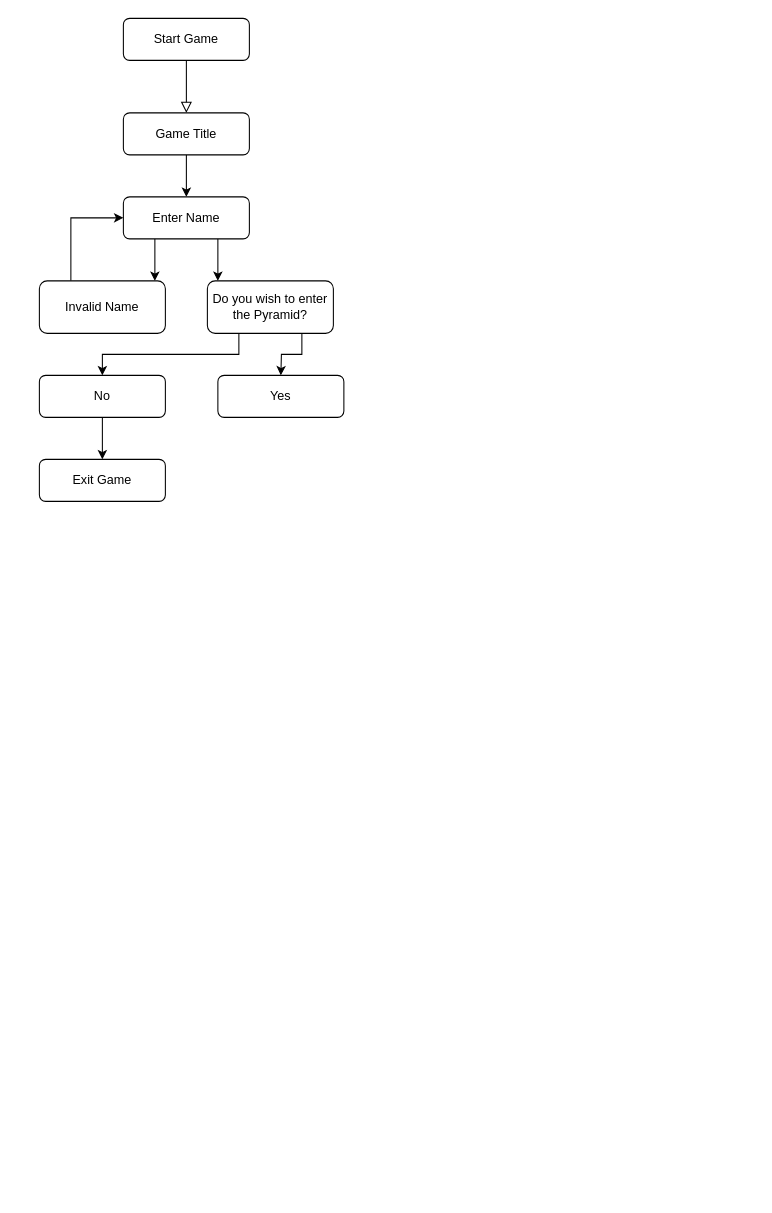
The draw.io diagram Untitled Diagram.drawio in ogc1231/puzzle-pyramid, before the edit. Source tidied: cells renumbered, new cells numbered last; positions are measured from the earlier drawing's top-left corner, leaving out a move shared by most shapes. Both pictures are drawn from the tidied source at 105%, with x=0, y=0 at pixel (39, 18).
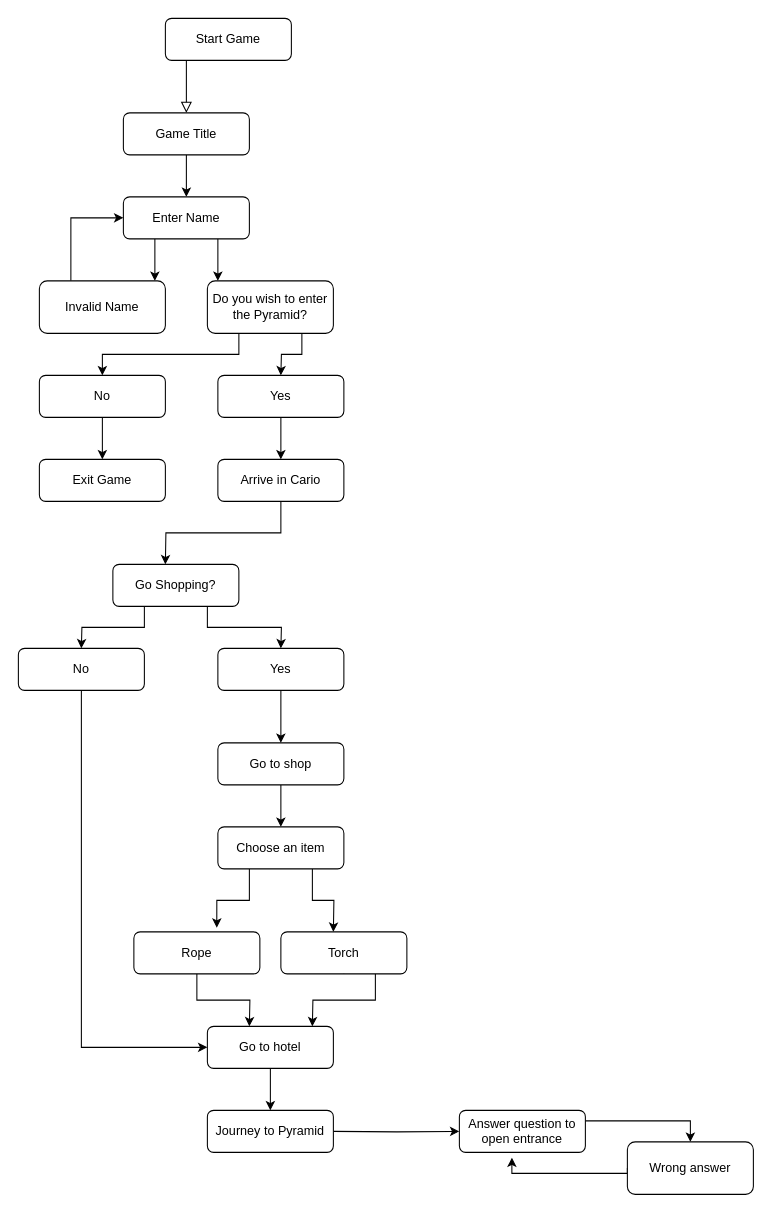
The same page after the edit.

Commit message:
up to entrance question

The change refers to these unchanged cells:
```xml
<mxCell id="17" value="Yes" style="rounded=1;whiteSpace=wrap;html=1;" parent="1" vertex="1">
  <mxGeometry x="170" y="340" width="120" height="40" as="geometry" />
</mxCell>
```

The edit, as a diff of the source:
```diff
@@
-    <mxCell id="2" style="rounded=0;html=1;jettySize=auto;fontSize=11;endArrow=block;endFill=0;endSize=8;strokeWidth=1;shadow=0;labelBackgroundColor=none;edgeStyle=orthogonalEdgeStyle;" parent="1" edge="1" source="3">
+    <mxCell id="2" style="rounded=0;html=1;jettySize=auto;orthogonalLoop=1;fontSize=11;endArrow=block;endFill=0;endSize=8;strokeWidth=1;shadow=0;labelBackgroundColor=none;edgeStyle=orthogonalEdgeStyle;" parent="1" edge="1">
       <mxGeometry relative="1" as="geometry">
+        <mxPoint x="140" y="40" as="sourcePoint" />
         <mxPoint x="140" y="90" as="targetPoint" />
       </mxGeometry>
     </mxCell>
     <mxCell id="3" value="Start Game" style="rounded=1;whiteSpace=wrap;html=1;fontSize=12;glass=0;strokeWidth=1;shadow=0;" parent="1" vertex="1">
-      <mxGeometry x="80" width="120" height="40" as="geometry" />
+      <mxGeometry x="120" width="120" height="40" as="geometry" />
     </mxCell>
@@
+    <mxCell id="18" style="edgeStyle=orthogonalEdgeStyle;rounded=0;jettySize=auto;html=1;exitX=0.5;exitY=1;exitDx=0;exitDy=0;entryX=0.5;entryY=0;entryDx=0;entryDy=0;" parent="1" edge="1" source="17" target="20">
+      <mxGeometry relative="1" as="geometry" />
+    </mxCell>
@@
+    <mxCell id="19" style="edgeStyle=orthogonalEdgeStyle;rounded=0;jettySize=auto;html=1;exitX=0.5;exitY=1;exitDx=0;exitDy=0;" parent="1" edge="1" source="20">
+      <mxGeometry relative="1" as="geometry">
+        <mxPoint x="120" y="520" as="targetPoint" />
+      </mxGeometry>
+    </mxCell>
+    <mxCell id="20" value="Arrive in Cario" style="rounded=1;whiteSpace=wrap;html=1;" parent="1" vertex="1">
+      <mxGeometry x="170" y="420" width="120" height="40" as="geometry" />
+    </mxCell>
+    <mxCell id="21" style="edgeStyle=orthogonalEdgeStyle;rounded=0;jettySize=auto;html=1;exitX=0.25;exitY=1;exitDx=0;exitDy=0;" parent="1" edge="1" source="23">
+      <mxGeometry relative="1" as="geometry">
+        <mxPoint x="40" y="600" as="targetPoint" />
+      </mxGeometry>
+    </mxCell>
+    <mxCell id="22" style="edgeStyle=orthogonalEdgeStyle;rounded=0;jettySize=auto;html=1;exitX=0.75;exitY=1;exitDx=0;exitDy=0;" parent="1" edge="1" source="23">
+      <mxGeometry relative="1" as="geometry">
+        <mxPoint x="230" y="600" as="targetPoint" />
+      </mxGeometry>
+    </mxCell>
+    <mxCell id="23" value="Go Shopping?" style="rounded=1;whiteSpace=wrap;html=1;" parent="1" vertex="1">
+      <mxGeometry x="70" y="520" width="120" height="40" as="geometry" />
+    </mxCell>
+    <mxCell id="24" style="edgeStyle=orthogonalEdgeStyle;rounded=0;jettySize=auto;html=1;exitX=0.5;exitY=1;exitDx=0;exitDy=0;" parent="1" edge="1" source="25">
+      <mxGeometry relative="1" as="geometry">
+        <mxPoint x="160" y="980" as="targetPoint" />
+        <Array as="points">
+          <mxPoint x="40" y="980" />
+        </Array>
+      </mxGeometry>
+    </mxCell>
+    <mxCell id="25" value="No" style="rounded=1;whiteSpace=wrap;html=1;" parent="1" vertex="1">
+      <mxGeometry x="-20" y="600" width="120" height="40" as="geometry" />
+    </mxCell>
+    <mxCell id="26" style="edgeStyle=orthogonalEdgeStyle;rounded=0;jettySize=auto;html=1;exitX=0.5;exitY=1;exitDx=0;exitDy=0;" parent="1" edge="1" source="27">
+      <mxGeometry relative="1" as="geometry">
+        <mxPoint x="230" y="690" as="targetPoint" />
+      </mxGeometry>
+    </mxCell>
+    <mxCell id="27" value="Yes" style="rounded=1;whiteSpace=wrap;html=1;" parent="1" vertex="1">
+      <mxGeometry x="170" y="600" width="120" height="40" as="geometry" />
+    </mxCell>
+    <mxCell id="28" style="edgeStyle=orthogonalEdgeStyle;rounded=0;jettySize=auto;html=1;exitX=0.25;exitY=1;exitDx=0;exitDy=0;entryX=0.658;entryY=-0.1;entryDx=0;entryDy=0;entryPerimeter=0;" parent="1" edge="1" source="30" target="32">
+      <mxGeometry relative="1" as="geometry" />
+    </mxCell>
+    <mxCell id="29" style="edgeStyle=orthogonalEdgeStyle;rounded=0;jettySize=auto;html=1;exitX=0.75;exitY=1;exitDx=0;exitDy=0;" parent="1" edge="1" source="30">
+      <mxGeometry relative="1" as="geometry">
+        <mxPoint x="280" y="870" as="targetPoint" />
+      </mxGeometry>
+    </mxCell>
+    <mxCell id="30" value="Choose an item" style="rounded=1;whiteSpace=wrap;html=1;" parent="1" vertex="1">
+      <mxGeometry x="170" y="770" width="120" height="40" as="geometry" />
+    </mxCell>
+    <mxCell id="31" style="edgeStyle=orthogonalEdgeStyle;rounded=0;jettySize=auto;html=1;exitX=0.5;exitY=1;exitDx=0;exitDy=0;" parent="1" edge="1" source="32">
+      <mxGeometry relative="1" as="geometry">
+        <mxPoint x="200" y="960" as="targetPoint" />
+      </mxGeometry>
+    </mxCell>
+    <mxCell id="32" value="Rope" style="rounded=1;whiteSpace=wrap;html=1;" parent="1" vertex="1">
+      <mxGeometry x="90" y="870" width="120" height="40" as="geometry" />
+    </mxCell>
+    <mxCell id="33" style="edgeStyle=orthogonalEdgeStyle;rounded=0;jettySize=auto;html=1;exitX=0.5;exitY=1;exitDx=0;exitDy=0;" parent="1" edge="1" source="35">
+      <mxGeometry relative="1" as="geometry">
+        <mxPoint x="290" y="890" as="targetPoint" />
+      </mxGeometry>
+    </mxCell>
+    <mxCell id="34" style="edgeStyle=orthogonalEdgeStyle;rounded=0;jettySize=auto;html=1;exitX=0.75;exitY=1;exitDx=0;exitDy=0;" parent="1" edge="1" source="35">
+      <mxGeometry relative="1" as="geometry">
+        <mxPoint x="260" y="960" as="targetPoint" />
+      </mxGeometry>
+    </mxCell>
+    <mxCell id="35" value="Torch" style="rounded=1;whiteSpace=wrap;html=1;" parent="1" vertex="1">
+      <mxGeometry x="230" y="870" width="120" height="40" as="geometry" />
+    </mxCell>
+    <mxCell id="36" style="edgeStyle=orthogonalEdgeStyle;rounded=0;jettySize=auto;html=1;exitX=0.5;exitY=1;exitDx=0;exitDy=0;entryX=0.5;entryY=0;entryDx=0;entryDy=0;" parent="1" edge="1" source="37" target="30">
+      <mxGeometry relative="1" as="geometry" />
+    </mxCell>
+    <mxCell id="37" value="Go to shop" style="rounded=1;whiteSpace=wrap;html=1;" parent="1" vertex="1">
+      <mxGeometry x="170" y="690" width="120" height="40" as="geometry" />
+    </mxCell>
+    <mxCell id="38" style="edgeStyle=orthogonalEdgeStyle;rounded=0;jettySize=auto;html=1;exitX=0.5;exitY=1;exitDx=0;exitDy=0;" parent="1" edge="1" source="39">
+      <mxGeometry relative="1" as="geometry">
+        <mxPoint x="220" y="1040" as="targetPoint" />
+      </mxGeometry>
+    </mxCell>
+    <mxCell id="39" value="Go to hotel" style="rounded=1;whiteSpace=wrap;html=1;" parent="1" vertex="1">
+      <mxGeometry x="160" y="960" width="120" height="40" as="geometry" />
+    </mxCell>
+    <mxCell id="40" style="edgeStyle=orthogonalEdgeStyle;rounded=0;jettySize=auto;html=1;exitX=1;exitY=0.5;exitDx=0;exitDy=0;entryX=0;entryY=0.5;entryDx=0;entryDy=0;" parent="1" edge="1" target="43">
+      <mxGeometry relative="1" as="geometry">
+        <mxPoint x="280" y="1060" as="sourcePoint" />
+      </mxGeometry>
+    </mxCell>
+    <mxCell id="41" value="Journey to Pyramid" style="rounded=1;whiteSpace=wrap;html=1;" parent="1" vertex="1">
+      <mxGeometry x="160" y="1040" width="120" height="40" as="geometry" />
+    </mxCell>
+    <mxCell id="42" style="edgeStyle=orthogonalEdgeStyle;rounded=0;jettySize=auto;html=1;exitX=1;exitY=0.25;exitDx=0;exitDy=0;entryX=0.5;entryY=0;entryDx=0;entryDy=0;" parent="1" edge="1" source="43" target="45">
+      <mxGeometry relative="1" as="geometry">
+        <Array as="points">
+          <mxPoint x="620" y="1050" />
+        </Array>
+      </mxGeometry>
+    </mxCell>
+    <mxCell id="43" value="Answer question to open entrance" style="rounded=1;whiteSpace=wrap;html=1;" parent="1" vertex="1">
+      <mxGeometry x="400" y="1040" width="120" height="40" as="geometry" />
+    </mxCell>
+    <mxCell id="44" style="edgeStyle=orthogonalEdgeStyle;rounded=0;jettySize=auto;html=1;exitX=0;exitY=0.5;exitDx=0;exitDy=0;" parent="1" edge="1" source="45">
+      <mxGeometry relative="1" as="geometry">
+        <mxPoint x="450" y="1085" as="targetPoint" />
+        <Array as="points">
+          <mxPoint x="560" y="1100" />
+          <mxPoint x="450" y="1100" />
+        </Array>
+      </mxGeometry>
+    </mxCell>
+    <mxCell id="45" value="Wrong answer" style="rounded=1;whiteSpace=wrap;html=1;" parent="1" vertex="1">
+      <mxGeometry x="560" y="1070" width="120" height="50" as="geometry" />
+    </mxCell>
```
